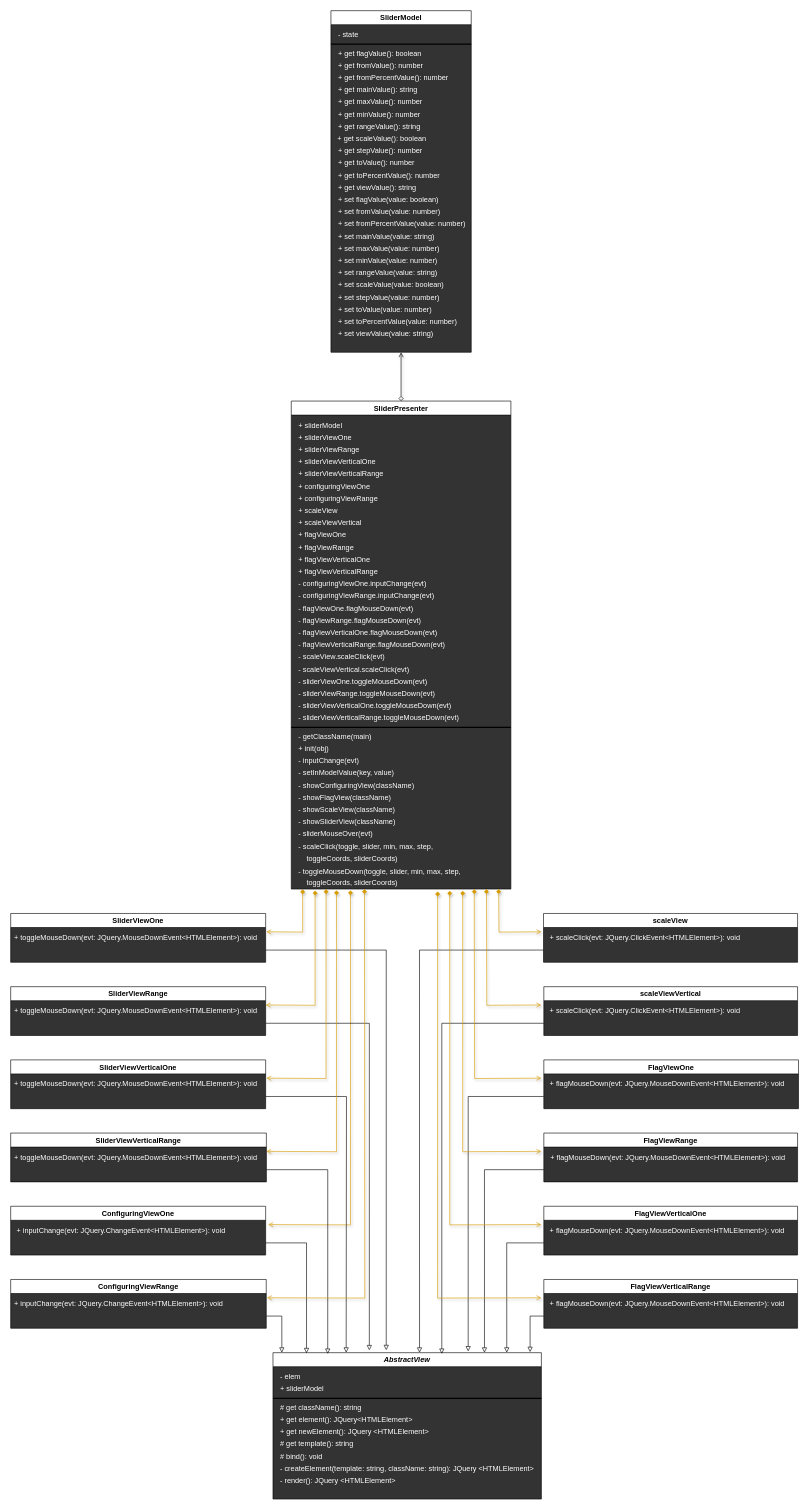
This is architecture.drawio from webproject67/Slider, a draw.io file, before an edit. Source tidied: cells renumbered, new cells numbered last; positions are measured from the earlier drawing's top-left corner, leaving out a move shared by most shapes. Both pictures are drawn from the tidied source at 61%, with x=0, y=0 at pixel (10, 10).
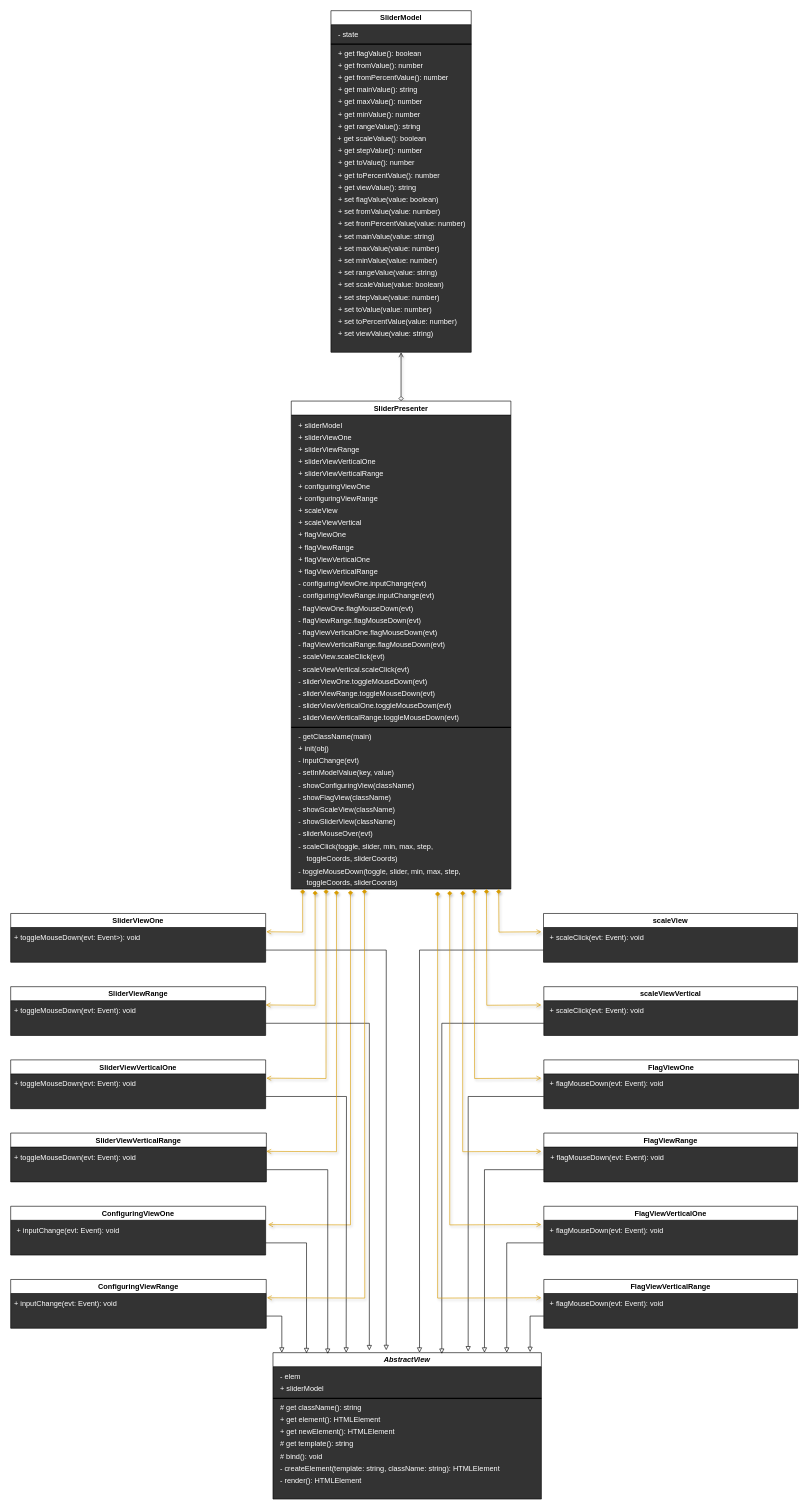
Above is the later version.

Unchanged cells that the change refers to:
```xml
<mxCell id="30" value="AbstractView" style="swimlane;fontStyle=3;swimlaneFillColor=#333333;" parent="1" vertex="1">
  <mxGeometry x="430" y="2200" width="440" height="240" as="geometry" />
</mxCell>
<mxCell id="43" value="SliderViewOne" style="swimlane;swimlaneFillColor=#333333;" parent="1" vertex="1">
  <mxGeometry y="1480" width="418" height="80" as="geometry" />
</mxCell>
<mxCell id="86" value="ConfiguringViewOne" style="swimlane;swimlaneFillColor=#333333;" parent="1" vertex="1">
  <mxGeometry y="1960" width="418" height="80" as="geometry" />
</mxCell>
<mxCell id="91" value="scaleView" style="swimlane;swimlaneFillColor=#333333;" parent="1" vertex="1">
  <mxGeometry x="873.5" y="1480" width="416.5" height="80" as="geometry" />
</mxCell>
<mxCell id="97" value="scaleViewVertical" style="swimlane;swimlaneFillColor=#333333;" parent="1" vertex="1">
  <mxGeometry x="874" y="1600" width="416" height="80" as="geometry" />
</mxCell>
<mxCell id="102" value="FlagViewOne" style="swimlane;swimlaneFillColor=#333333;" parent="1" vertex="1">
  <mxGeometry x="874" y="1720" width="417.5" height="80" as="geometry" />
</mxCell>
<mxCell id="107" value="FlagViewRange" style="swimlane;swimlaneFillColor=#333333;" parent="1" vertex="1">
  <mxGeometry x="874" y="1840" width="416" height="80" as="geometry" />
</mxCell>
<mxCell id="112" value="FlagViewVerticalOne" style="swimlane;swimlaneFillColor=#333333;" parent="1" vertex="1">
  <mxGeometry x="874" y="1960" width="416" height="80" as="geometry" />
</mxCell>
<mxCell id="117" value="FlagViewVerticalRange" style="swimlane;swimlaneFillColor=#333333;" parent="1" vertex="1">
  <mxGeometry x="874" y="2080" width="416" height="80" as="geometry" />
</mxCell>
<mxCell id="122" value="SliderViewRange" style="swimlane;swimlaneFillColor=#333333;" parent="1" vertex="1">
  <mxGeometry y="1600" width="418" height="80" as="geometry" />
</mxCell>
<mxCell id="127" value="SliderViewVerticalOne" style="swimlane;swimlaneFillColor=#333333;" parent="1" vertex="1">
  <mxGeometry y="1720" width="418" height="80" as="geometry" />
</mxCell>
<mxCell id="132" value="SliderViewVerticalRange" style="swimlane;swimlaneFillColor=#333333;" parent="1" vertex="1">
  <mxGeometry y="1840" width="419.2" height="80" as="geometry" />
</mxCell>
<mxCell id="137" value="ConfiguringViewRange" style="swimlane;swimlaneFillColor=#333333;" parent="1" vertex="1">
  <mxGeometry y="2080" width="419" height="80" as="geometry" />
</mxCell>
```

What changed in the source:
```diff
@@
-    <mxCell id="31" value="&lt;div style=&quot;line-height: 19px&quot;&gt;&lt;font style=&quot;font-size: 12px&quot; color=&quot;#ffffff&quot;&gt;+ get element(): JQuery&amp;lt;HTMLElement&amp;gt;&lt;/font&gt;&lt;/div&gt;" style="text;html=1;align=left;verticalAlign=middle;" parent="30" vertex="1">
-      <mxGeometry x="10" y="100" width="230" height="20" as="geometry" />
+    <mxCell id="31" value="&lt;div style=&quot;line-height: 19px&quot;&gt;&lt;font style=&quot;font-size: 12px&quot; color=&quot;#ffffff&quot;&gt;+ get element(): HTMLElement&lt;/font&gt;&lt;/div&gt;" style="text;html=1;align=left;verticalAlign=middle;" parent="30" vertex="1">
+      <mxGeometry x="10" y="100" width="180" height="20" as="geometry" />
     </mxCell>
@@
-    <mxCell id="35" value="&lt;div style=&quot;line-height: 19px&quot;&gt;&lt;span style=&quot;color: rgb(255 , 255 , 255)&quot;&gt;- createElement(&lt;/span&gt;&lt;span style=&quot;color: rgb(255 , 255 , 255)&quot;&gt;template: string,&amp;nbsp;&lt;/span&gt;&lt;span style=&quot;color: rgb(255 , 255 , 255)&quot;&gt;className: string&lt;/span&gt;&lt;span style=&quot;color: rgb(255 , 255 , 255)&quot;&gt;): JQuery &amp;lt;HTMLElement&amp;gt;&lt;/span&gt;&lt;/div&gt;" style="text;html=1;align=left;verticalAlign=middle;" parent="30" vertex="1">
-      <mxGeometry x="10" y="180" width="430" height="20" as="geometry" />
+    <mxCell id="35" value="&lt;div style=&quot;line-height: 19px&quot;&gt;&lt;span style=&quot;color: rgb(255 , 255 , 255)&quot;&gt;- createElement(&lt;/span&gt;&lt;span style=&quot;color: rgb(255 , 255 , 255)&quot;&gt;template: string,&amp;nbsp;&lt;/span&gt;&lt;span style=&quot;color: rgb(255 , 255 , 255)&quot;&gt;className: string&lt;/span&gt;&lt;span style=&quot;color: rgb(255 , 255 , 255)&quot;&gt;): HTMLElement&lt;/span&gt;&lt;/div&gt;" style="text;html=1;align=left;verticalAlign=middle;" parent="30" vertex="1">
+      <mxGeometry x="10" y="180" width="380" height="20" as="geometry" />
     </mxCell>
@@
-    <mxCell id="39" value="&lt;div style=&quot;line-height: 19px&quot;&gt;&lt;span style=&quot;color: rgb(255 , 255 , 255)&quot;&gt;- render(): JQuery &amp;lt;HTMLElement&amp;gt;&lt;/span&gt;&lt;br&gt;&lt;/div&gt;" style="text;html=1;align=left;verticalAlign=middle;" parent="30" vertex="1">
-      <mxGeometry x="10" y="200" width="200" height="20" as="geometry" />
+    <mxCell id="39" value="&lt;div style=&quot;line-height: 19px&quot;&gt;&lt;span style=&quot;color: rgb(255 , 255 , 255)&quot;&gt;- render(): HTMLElement&lt;/span&gt;&lt;br&gt;&lt;/div&gt;" style="text;html=1;align=left;verticalAlign=middle;" parent="30" vertex="1">
+      <mxGeometry x="10" y="200" width="150" height="20" as="geometry" />
     </mxCell>
-    <mxCell id="40" value="&lt;div style=&quot;line-height: 19px&quot;&gt;&lt;font style=&quot;font-size: 12px&quot; color=&quot;#ffffff&quot;&gt;+ get newElement(): JQuery &amp;lt;HTMLElement&amp;gt;&lt;/font&gt;&lt;/div&gt;" style="text;html=1;align=left;verticalAlign=middle;" parent="30" vertex="1">
-      <mxGeometry x="10" y="120" width="260" height="20" as="geometry" />
+    <mxCell id="40" value="&lt;div style=&quot;line-height: 19px&quot;&gt;&lt;font style=&quot;font-size: 12px&quot; color=&quot;#ffffff&quot;&gt;+ get newElement(): HTMLElement&lt;/font&gt;&lt;/div&gt;" style="text;html=1;align=left;verticalAlign=middle;" parent="30" vertex="1">
+      <mxGeometry x="10" y="120" width="200" height="20" as="geometry" />
     </mxCell>
@@
-    <mxCell id="45" value="&lt;div style=&quot;line-height: 19px&quot;&gt;&lt;font style=&quot;font-size: 12px&quot; color=&quot;#ffffff&quot;&gt;+ toggleMouseDown(evt: JQuery.MouseDownEvent&amp;lt;HTMLElement&amp;gt;): void&lt;/font&gt;&lt;/div&gt;" style="text;html=1;align=left;verticalAlign=middle;" parent="43" vertex="1">
-      <mxGeometry x="4" y="30" width="410" height="20" as="geometry" />
+    <mxCell id="45" value="&lt;div style=&quot;line-height: 19px&quot;&gt;&lt;font style=&quot;font-size: 12px&quot; color=&quot;#ffffff&quot;&gt;+ toggleMouseDown(evt: Event&amp;gt;): void&lt;/font&gt;&lt;/div&gt;" style="text;html=1;align=left;verticalAlign=middle;" parent="43" vertex="1">
+      <mxGeometry x="4" y="30" width="220" height="20" as="geometry" />
     </mxCell>
@@
-    <mxCell id="88" value="&lt;div style=&quot;line-height: 19px&quot;&gt;&lt;font style=&quot;font-size: 12px&quot; color=&quot;#ffffff&quot;&gt;+ inputChange(evt: JQuery.ChangeEvent&amp;lt;HTMLElement&amp;gt;): void&lt;/font&gt;&lt;/div&gt;" style="text;html=1;align=left;verticalAlign=middle;" parent="86" vertex="1">
-      <mxGeometry x="8" y="30" width="360" height="20" as="geometry" />
+    <mxCell id="88" value="&lt;div style=&quot;line-height: 19px&quot;&gt;&lt;font style=&quot;font-size: 12px&quot; color=&quot;#ffffff&quot;&gt;+ inputChange(evt: Event): void&lt;/font&gt;&lt;/div&gt;" style="text;html=1;align=left;verticalAlign=middle;" parent="86" vertex="1">
+      <mxGeometry x="8" y="30" width="180" height="20" as="geometry" />
     </mxCell>
@@
-    <mxCell id="94" value="&lt;div style=&quot;line-height: 19px&quot;&gt;&lt;font style=&quot;font-size: 12px&quot; color=&quot;#ffffff&quot;&gt;+ scaleClick(evt: JQuery.ClickEvent&amp;lt;HTMLElement&amp;gt;): void&lt;/font&gt;&lt;/div&gt;" style="text;html=1;align=left;verticalAlign=middle;" parent="91" vertex="1">
-      <mxGeometry x="8" y="30" width="330" height="20" as="geometry" />
+    <mxCell id="94" value="&lt;div style=&quot;line-height: 19px&quot;&gt;&lt;font style=&quot;font-size: 12px&quot; color=&quot;#ffffff&quot;&gt;+ scaleClick(evt: Event): void&lt;/font&gt;&lt;/div&gt;" style="text;html=1;align=left;verticalAlign=middle;" parent="91" vertex="1">
+      <mxGeometry x="8" y="30" width="170" height="20" as="geometry" />
     </mxCell>
@@
-    <mxCell id="99" value="&lt;div style=&quot;line-height: 19px&quot;&gt;&lt;font style=&quot;font-size: 12px&quot; color=&quot;#ffffff&quot;&gt;+ scaleClick(evt: JQuery.ClickEvent&amp;lt;HTMLElement&amp;gt;): void&lt;/font&gt;&lt;/div&gt;" style="text;html=1;align=left;verticalAlign=middle;" parent="97" vertex="1">
-      <mxGeometry x="8" y="30" width="330" height="20" as="geometry" />
+    <mxCell id="99" value="&lt;div style=&quot;line-height: 19px&quot;&gt;&lt;font style=&quot;font-size: 12px&quot; color=&quot;#ffffff&quot;&gt;+ scaleClick(evt: Event): void&lt;/font&gt;&lt;/div&gt;" style="text;html=1;align=left;verticalAlign=middle;" parent="97" vertex="1">
+      <mxGeometry x="8" y="30" width="170" height="20" as="geometry" />
     </mxCell>
@@
-    <mxCell id="104" value="&lt;div style=&quot;line-height: 19px&quot;&gt;&lt;font style=&quot;font-size: 12px&quot; color=&quot;#ffffff&quot;&gt;+ flagMouseDown(evt: JQuery.MouseDownEvent&amp;lt;HTMLElement&amp;gt;): void&lt;/font&gt;&lt;/div&gt;" style="text;html=1;align=left;verticalAlign=middle;" parent="102" vertex="1">
-      <mxGeometry x="7.5" y="30" width="400" height="20" as="geometry" />
+    <mxCell id="104" value="&lt;div style=&quot;line-height: 19px&quot;&gt;&lt;font style=&quot;font-size: 12px&quot; color=&quot;#ffffff&quot;&gt;+ flagMouseDown(evt: Event): void&lt;/font&gt;&lt;/div&gt;" style="text;html=1;align=left;verticalAlign=middle;" parent="102" vertex="1">
+      <mxGeometry x="7.5" y="30" width="200" height="20" as="geometry" />
     </mxCell>
@@
-    <mxCell id="109" value="&lt;div style=&quot;line-height: 19px&quot;&gt;&lt;font style=&quot;font-size: 12px&quot; color=&quot;#ffffff&quot;&gt;+ flagMouseDown(evt: JQuery.MouseDownEvent&amp;lt;HTMLElement&amp;gt;): void&lt;/font&gt;&lt;/div&gt;" style="text;html=1;align=left;verticalAlign=middle;" parent="107" vertex="1">
-      <mxGeometry x="8.8" y="30" width="400" height="20" as="geometry" />
+    <mxCell id="109" value="&lt;div style=&quot;line-height: 19px&quot;&gt;&lt;font style=&quot;font-size: 12px&quot; color=&quot;#ffffff&quot;&gt;+ flagMouseDown(evt: Event): void&lt;/font&gt;&lt;/div&gt;" style="text;html=1;align=left;verticalAlign=middle;" parent="107" vertex="1">
+      <mxGeometry x="8.8" y="30" width="200" height="20" as="geometry" />
     </mxCell>
@@
-    <mxCell id="114" value="&lt;div style=&quot;line-height: 19px&quot;&gt;&lt;font style=&quot;font-size: 12px&quot; color=&quot;#ffffff&quot;&gt;+ flagMouseDown(evt: JQuery.MouseDownEvent&amp;lt;HTMLElement&amp;gt;): void&lt;/font&gt;&lt;/div&gt;" style="text;html=1;align=left;verticalAlign=middle;" parent="112" vertex="1">
-      <mxGeometry x="7.8" y="30" width="400" height="20" as="geometry" />
+    <mxCell id="114" value="&lt;div style=&quot;line-height: 19px&quot;&gt;&lt;font style=&quot;font-size: 12px&quot; color=&quot;#ffffff&quot;&gt;+ flagMouseDown(evt: Event): void&lt;/font&gt;&lt;/div&gt;" style="text;html=1;align=left;verticalAlign=middle;" parent="112" vertex="1">
+      <mxGeometry x="7.8" y="30" width="200" height="20" as="geometry" />
     </mxCell>
@@
-    <mxCell id="119" value="&lt;div style=&quot;line-height: 19px&quot;&gt;&lt;font style=&quot;font-size: 12px&quot; color=&quot;#ffffff&quot;&gt;+ flagMouseDown(evt: JQuery.MouseDownEvent&amp;lt;HTMLElement&amp;gt;): void&lt;/font&gt;&lt;/div&gt;" style="text;html=1;align=left;verticalAlign=middle;" parent="117" vertex="1">
-      <mxGeometry x="8" y="30" width="400" height="20" as="geometry" />
+    <mxCell id="119" value="&lt;div style=&quot;line-height: 19px&quot;&gt;&lt;font style=&quot;font-size: 12px&quot; color=&quot;#ffffff&quot;&gt;+ flagMouseDown(evt: Event): void&lt;/font&gt;&lt;/div&gt;" style="text;html=1;align=left;verticalAlign=middle;" parent="117" vertex="1">
+      <mxGeometry x="8" y="30" width="200" height="20" as="geometry" />
     </mxCell>
@@
-    <mxCell id="124" value="&lt;div style=&quot;line-height: 19px&quot;&gt;&lt;font style=&quot;font-size: 12px&quot; color=&quot;#ffffff&quot;&gt;+ toggleMouseDown(evt: JQuery.MouseDownEvent&amp;lt;HTMLElement&amp;gt;): void&lt;/font&gt;&lt;/div&gt;" style="text;html=1;align=left;verticalAlign=middle;" parent="122" vertex="1">
-      <mxGeometry x="4" y="30" width="410" height="20" as="geometry" />
+    <mxCell id="124" value="&lt;div style=&quot;line-height: 19px&quot;&gt;&lt;font style=&quot;font-size: 12px&quot; color=&quot;#ffffff&quot;&gt;+ toggleMouseDown(evt: Event): void&lt;/font&gt;&lt;/div&gt;" style="text;html=1;align=left;verticalAlign=middle;" parent="122" vertex="1">
+      <mxGeometry x="4" y="30" width="220" height="20" as="geometry" />
     </mxCell>
@@
-    <mxCell id="129" value="&lt;div style=&quot;line-height: 19px&quot;&gt;&lt;font style=&quot;font-size: 12px&quot; color=&quot;#ffffff&quot;&gt;+ toggleMouseDown(evt: JQuery.MouseDownEvent&amp;lt;HTMLElement&amp;gt;): void&lt;/font&gt;&lt;/div&gt;" style="text;html=1;align=left;verticalAlign=middle;" parent="127" vertex="1">
-      <mxGeometry x="4" y="30" width="410" height="20" as="geometry" />
+    <mxCell id="129" value="&lt;div style=&quot;line-height: 19px&quot;&gt;&lt;font style=&quot;font-size: 12px&quot; color=&quot;#ffffff&quot;&gt;+ toggleMouseDown(evt: Event): void&lt;/font&gt;&lt;/div&gt;" style="text;html=1;align=left;verticalAlign=middle;" parent="127" vertex="1">
+      <mxGeometry x="4" y="30" width="220" height="20" as="geometry" />
     </mxCell>
@@
-    <mxCell id="134" value="&lt;div style=&quot;line-height: 19px&quot;&gt;&lt;font style=&quot;font-size: 12px&quot; color=&quot;#ffffff&quot;&gt;+ toggleMouseDown(evt: JQuery.MouseDownEvent&amp;lt;HTMLElement&amp;gt;): void&lt;/font&gt;&lt;/div&gt;" style="text;html=1;align=left;verticalAlign=middle;" parent="132" vertex="1">
-      <mxGeometry x="4" y="30" width="410" height="20" as="geometry" />
+    <mxCell id="134" value="&lt;div style=&quot;line-height: 19px&quot;&gt;&lt;font style=&quot;font-size: 12px&quot; color=&quot;#ffffff&quot;&gt;+ toggleMouseDown(evt: Event): void&lt;/font&gt;&lt;/div&gt;" style="text;html=1;align=left;verticalAlign=middle;" parent="132" vertex="1">
+      <mxGeometry x="4" y="30" width="220" height="20" as="geometry" />
     </mxCell>
@@
-    <mxCell id="139" value="&lt;div style=&quot;line-height: 19px&quot;&gt;&lt;font style=&quot;font-size: 12px&quot; color=&quot;#ffffff&quot;&gt;+ inputChange(evt: JQuery.ChangeEvent&amp;lt;HTMLElement&amp;gt;): void&lt;/font&gt;&lt;/div&gt;" style="text;html=1;align=left;verticalAlign=middle;" parent="137" vertex="1">
-      <mxGeometry x="4" y="30" width="360" height="20" as="geometry" />
+    <mxCell id="139" value="&lt;div style=&quot;line-height: 19px&quot;&gt;&lt;font style=&quot;font-size: 12px&quot; color=&quot;#ffffff&quot;&gt;+ inputChange(evt: Event): void&lt;/font&gt;&lt;/div&gt;" style="text;html=1;align=left;verticalAlign=middle;" parent="137" vertex="1">
+      <mxGeometry x="4" y="30" width="180" height="20" as="geometry" />
     </mxCell>
```
